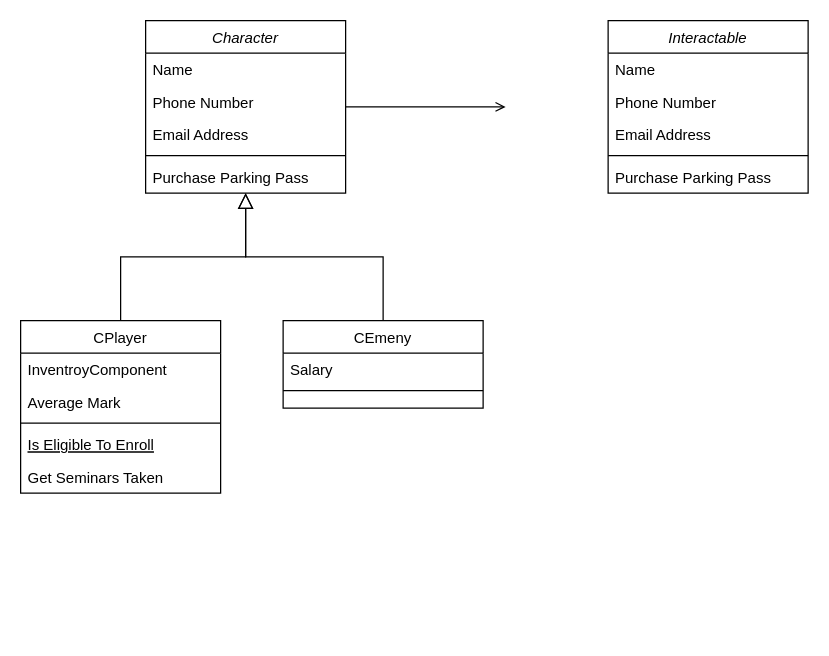
Above: Source/U05_Action/제목 없는 다이어그램.drawio in AshYoon/0805UE4project (draw.io), before the change. Source tidied: cells renumbered, new cells numbered last; positions are measured from the earlier drawing's top-left corner, leaving out a move shared by most shapes. Both pictures are drawn from the tidied source at 125%, with x=0, y=0 at pixel (20, 20).
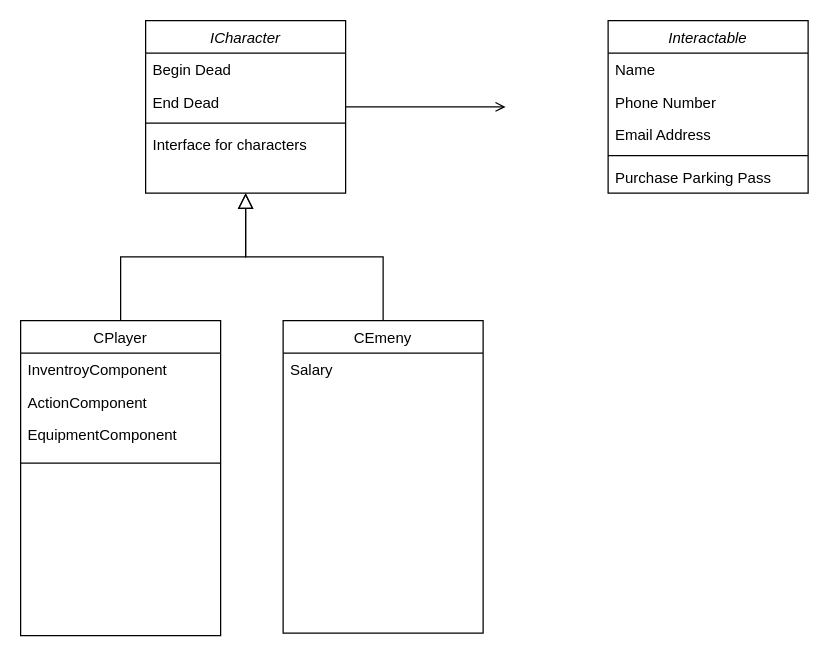
Above is the later version.

Commit message:
Unreal Engine 4.27

Diff of the diagram source:
```diff
@@
-    <mxCell id="2" value="Character" style="swimlane;fontStyle=2;align=center;verticalAlign=top;horizontal=1;startSize=26;rounded=0;shadow=0;strokeWidth=1;" parent="1" vertex="1">
+    <mxCell id="2" value="ICharacter" style="swimlane;fontStyle=2;align=center;verticalAlign=top;horizontal=1;startSize=26;rounded=0;shadow=0;strokeWidth=1;" parent="1" vertex="1">
       <mxGeometry x="100" width="160" height="138" as="geometry" />
     </mxCell>
-    <mxCell id="3" value="Name" style="text;align=left;verticalAlign=top;spacingLeft=4;spacingRight=4;overflow=hidden;" parent="2" vertex="1">
+    <mxCell id="3" value="Begin Dead    " style="text;align=left;verticalAlign=top;spacingLeft=4;spacingRight=4;overflow=hidden;" parent="2" vertex="1">
       <mxGeometry y="26" width="160" height="26" as="geometry" />
     </mxCell>
-    <mxCell id="4" value="Phone Number" style="text;align=left;verticalAlign=top;spacingLeft=4;spacingRight=4;overflow=hidden;rounded=0;shadow=0;html=0;" parent="2" vertex="1">
+    <mxCell id="4" value="End Dead " style="text;align=left;verticalAlign=top;spacingLeft=4;spacingRight=4;overflow=hidden;rounded=0;shadow=0;html=0;" parent="2" vertex="1">
       <mxGeometry y="52" width="160" height="26" as="geometry" />
     </mxCell>
-    <mxCell id="5" value="Email Address" style="text;align=left;verticalAlign=top;spacingLeft=4;spacingRight=4;overflow=hidden;rounded=0;shadow=0;html=0;" parent="2" vertex="1">
-      <mxGeometry y="78" width="160" height="26" as="geometry" />
-    </mxCell>
     <mxCell id="6" style="line;html=1;strokeWidth=1;align=left;verticalAlign=middle;spacingTop=-1;spacingLeft=3;spacingRight=3;labelPosition=right;" parent="2" vertex="1">
-      <mxGeometry y="104" width="160" height="8" as="geometry" />
+      <mxGeometry y="78" width="160" height="8" as="geometry" />
     </mxCell>
-    <mxCell id="7" value="Purchase Parking Pass" style="text;align=left;verticalAlign=top;spacingLeft=4;spacingRight=4;overflow=hidden;" parent="2" vertex="1">
-      <mxGeometry y="112" width="160" height="26" as="geometry" />
+    <mxCell id="7" value="Interface for characters" style="text;align=left;verticalAlign=top;spacingLeft=4;spacingRight=4;overflow=hidden;" parent="2" vertex="1">
+      <mxGeometry y="86" width="160" height="26" as="geometry" />
     </mxCell>
     <mxCell id="8" value="CPlayer" style="swimlane;fontStyle=0;align=center;verticalAlign=top;horizontal=1;startSize=26;rounded=0;shadow=0;strokeWidth=1;" parent="1" vertex="1">
-      <mxGeometry y="240" width="160" height="138" as="geometry" />
+      <mxGeometry y="240" width="160" height="252" as="geometry" />
     </mxCell>
@@
-    <mxCell id="10" value="Average Mark" style="text;align=left;verticalAlign=top;spacingLeft=4;spacingRight=4;overflow=hidden;rounded=0;shadow=0;html=0;" parent="8" vertex="1">
+    <mxCell id="10" value="ActionComponent" style="text;align=left;verticalAlign=top;spacingLeft=4;spacingRight=4;overflow=hidden;rounded=0;shadow=0;html=0;" parent="8" vertex="1">
       <mxGeometry y="52" width="160" height="26" as="geometry" />
     </mxCell>
+    <mxCell id="13" value="EquipmentComponent&#10;" style="text;align=left;verticalAlign=top;spacingLeft=4;spacingRight=4;overflow=hidden;" parent="8" vertex="1">
+      <mxGeometry y="78" width="160" height="26" as="geometry" />
+    </mxCell>
     <mxCell id="11" style="line;html=1;strokeWidth=1;align=left;verticalAlign=middle;spacingTop=-1;spacingLeft=3;spacingRight=3;labelPosition=right;" parent="8" vertex="1">
-      <mxGeometry y="78" width="160" height="8" as="geometry" />
+      <mxGeometry y="104" width="160" height="20" as="geometry" />
     </mxCell>
-    <mxCell id="12" value="Is Eligible To Enroll" style="text;align=left;verticalAlign=top;spacingLeft=4;spacingRight=4;overflow=hidden;fontStyle=4;" parent="8" vertex="1">
-      <mxGeometry y="86" width="160" height="26" as="geometry" />
-    </mxCell>
-    <mxCell id="13" value="Get Seminars Taken" style="text;align=left;verticalAlign=top;spacingLeft=4;spacingRight=4;overflow=hidden;" parent="8" vertex="1">
-      <mxGeometry y="112" width="160" height="26" as="geometry" />
-    </mxCell>
@@
     <mxCell id="15" value="CEmeny" style="swimlane;fontStyle=0;align=center;verticalAlign=top;horizontal=1;startSize=26;rounded=0;shadow=0;strokeWidth=1;" parent="1" vertex="1">
-      <mxGeometry x="210" y="240" width="160" height="70" as="geometry" />
+      <mxGeometry x="210" y="240" width="160" height="250" as="geometry" />
     </mxCell>
@@
-    <mxCell id="17" style="line;html=1;strokeWidth=1;align=left;verticalAlign=middle;spacingTop=-1;spacingLeft=3;spacingRight=3;labelPosition=right;" parent="15" vertex="1">
-      <mxGeometry y="52" width="160" height="8" as="geometry" />
-    </mxCell>
```
